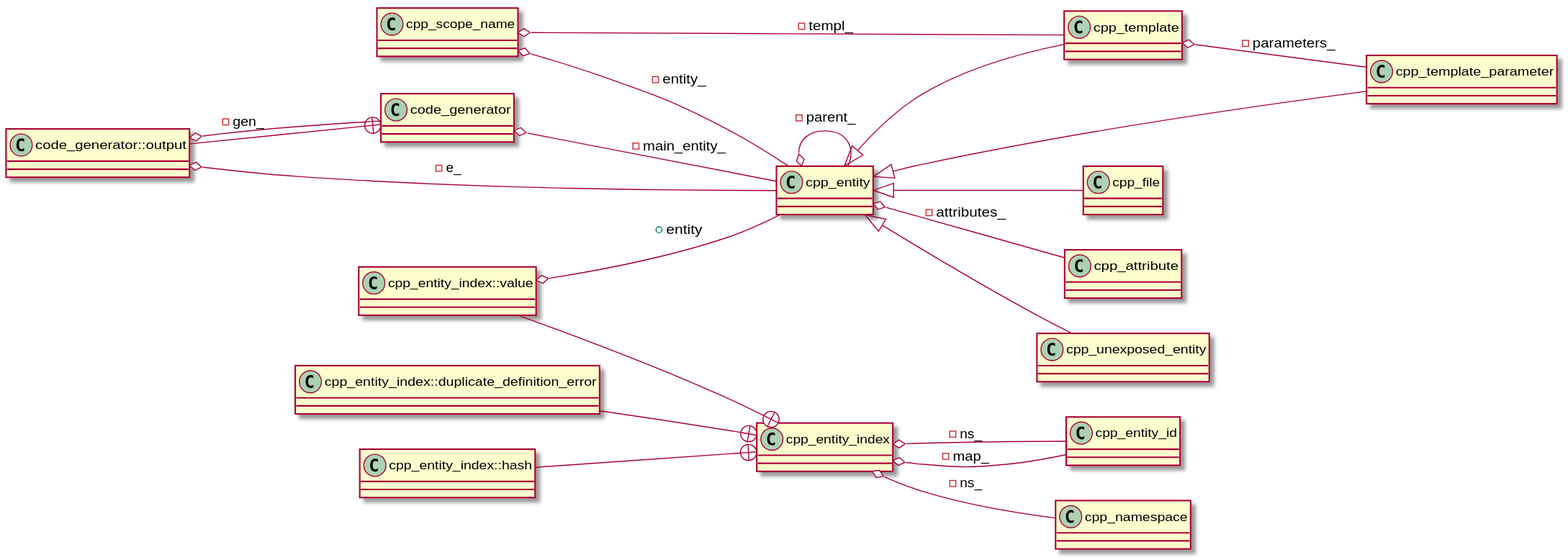
Earlier version of the PlantUML export cppast/puml/cpp_entity_index_class_diagram.svg (bkryza/clang-uml-examples).
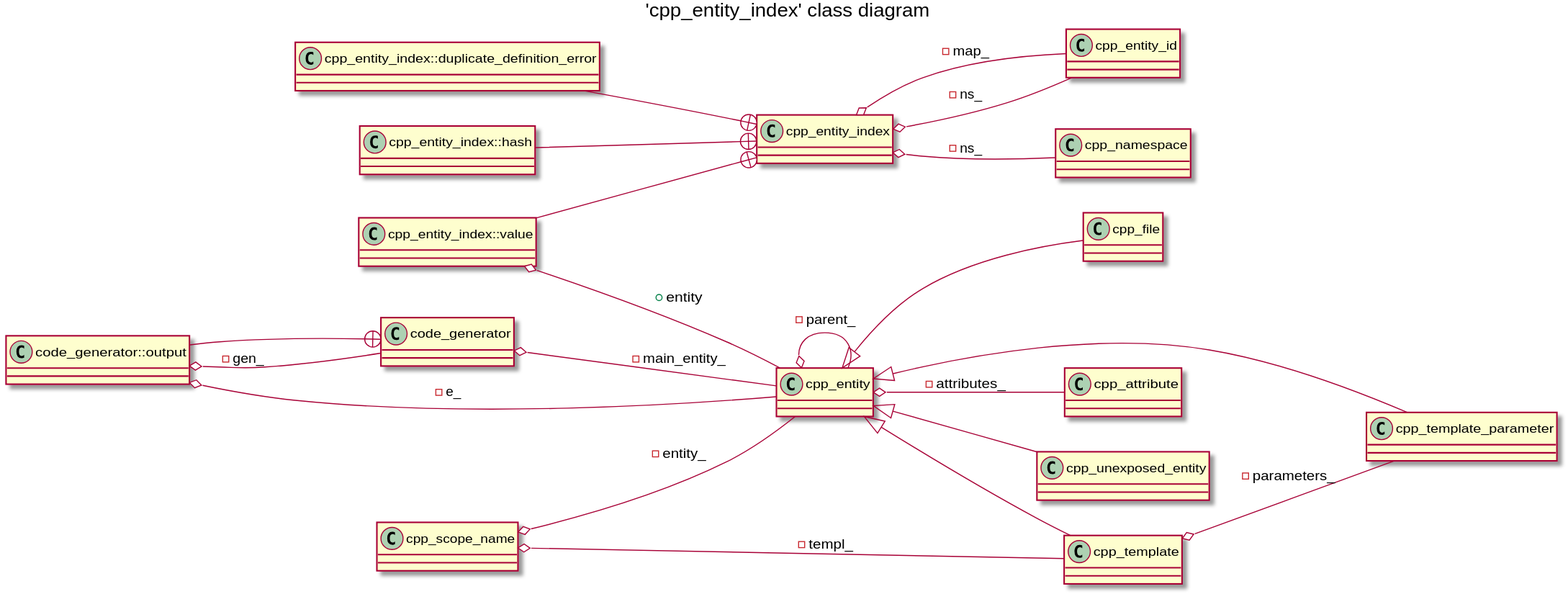
Later version of the same file.

What changed in the source:
```diff
@@ -1,21 +1,6 @@
 @startuml
+title 'cpp_entity_index' class diagram
 left to right direction
-class "cpp_attribute" as C_0000560657228528420559
-class C_0000560657228528420559 [[https://github.com/foonathan/cppast/blob/f00df6675d87c6983033d270728c57a55cd3db22/include/cppast/cpp_attribute.hpp#L42{cpp_attribute}]] {
-__
-}
-class "cpp_scope_name" as C_0001691123644971107631
-class C_0001691123644971107631 [[https://github.com/foonathan/cppast/blob/f00df6675d87c6983033d270728c57a55cd3db22/include/cppast/cpp_entity.hpp#L22{cpp_scope_name}]] {
-__
-}
-class "cpp_entity" as C_0001854695372332280903
-class C_0001854695372332280903 [[https://github.com/foonathan/cppast/blob/f00df6675d87c6983033d270728c57a55cd3db22/include/cppast/cpp_entity.hpp#L47{cpp_entity}]] {
-__
-}
-class "cpp_unexposed_entity" as C_0001449857709503654826
-class C_0001449857709503654826 [[https://github.com/foonathan/cppast/blob/f00df6675d87c6983033d270728c57a55cd3db22/include/cppast/cpp_entity.hpp#L187{cpp_unexposed_entity}]] {
-__
-}
 class "cpp_entity_id" as C_0001152344551163828554
 class C_0001152344551163828554 [[https://github.com/foonathan/cppast/blob/f00df6675d87c6983033d270728c57a55cd3db22/include/cppast/cpp_entity_index.hpp#L38{cpp_entity_id}]] {
 __
@@ -36,35 +21,46 @@
 class C_0001918458639534713763 [[https://github.com/foonathan/cppast/blob/f00df6675d87c6983033d270728c57a55cd3db22/include/cppast/cpp_entity_index.hpp#L124{cpp_entity_index##value}]] {
 __
 }
+class "cpp_attribute" as C_0000560657228528420559
+class C_0000560657228528420559 [[https://github.com/foonathan/cppast/blob/f00df6675d87c6983033d270728c57a55cd3db22/include/cppast/cpp_attribute.hpp#L42{cpp_attribute}]] {
+__
+}
+class "cpp_scope_name" as C_0001691123644971107631
+class C_0001691123644971107631 [[https://github.com/foonathan/cppast/blob/f00df6675d87c6983033d270728c57a55cd3db22/include/cppast/cpp_entity.hpp#L22{cpp_scope_name}]] {
+__
+}
+class "cpp_entity" as C_0001854695372332280903
+class C_0001854695372332280903 [[https://github.com/foonathan/cppast/blob/f00df6675d87c6983033d270728c57a55cd3db22/include/cppast/cpp_entity.hpp#L47{cpp_entity}]] {
+__
+}
+class "cpp_unexposed_entity" as C_0001449857709503654826
+class C_0001449857709503654826 [[https://github.com/foonathan/cppast/blob/f00df6675d87c6983033d270728c57a55cd3db22/include/cppast/cpp_entity.hpp#L187{cpp_unexposed_entity}]] {
+__
+}
+class "cpp_file" as C_0001248593507051490272
+class C_0001248593507051490272 [[https://github.com/foonathan/cppast/blob/f00df6675d87c6983033d270728c57a55cd3db22/include/cppast/cpp_file.hpp#L27{cpp_file}]] {
+__
+}
+class "cpp_template" as C_0000007122300671081288
+class C_0000007122300671081288 [[https://github.com/foonathan/cppast/blob/f00df6675d87c6983033d270728c57a55cd3db22/include/cppast/cppast_fwd.hpp#L61{cpp_template}]] {
+__
+}
 class "code_generator" as C_0000664741342971710245
-class C_0000664741342971710245 [[https://github.com/foonathan/cppast/blob/f00df6675d87c6983033d270728c57a55cd3db22/include/cppast/code_generator.hpp#L142{code_generator}]] {
+class C_0000664741342971710245 [[https://github.com/foonathan/cppast/blob/f00df6675d87c6983033d270728c57a55cd3db22/include/cppast/cppast_fwd.hpp#L10{code_generator}]] {
+__
+}
+class "cpp_template_parameter" as C_0001158442798649543268
+class C_0001158442798649543268 [[https://github.com/foonathan/cppast/blob/f00df6675d87c6983033d270728c57a55cd3db22/include/cppast/cppast_fwd.hpp#L64{cpp_template_parameter}]] {
+__
+}
+class "cpp_namespace" as C_0001318630691633731356
+class C_0001318630691633731356 [[https://github.com/foonathan/cppast/blob/f00df6675d87c6983033d270728c57a55cd3db22/include/cppast/cppast_fwd.hpp#L55{cpp_namespace}]] {
 __
 }
 class "code_generator::output" as C_0000192432743316866604
 class C_0000192432743316866604 [[https://github.com/foonathan/cppast/blob/f00df6675d87c6983033d270728c57a55cd3db22/include/cppast/code_generator.hpp#L168{code_generator##output}]] {
 __
 }
-class "cpp_template_parameter" as C_0001158442798649543268
-class C_0001158442798649543268 [[https://github.com/foonathan/cppast/blob/f00df6675d87c6983033d270728c57a55cd3db22/include/cppast/cpp_template_parameter.hpp#L17{cpp_template_parameter}]] {
-__
-}
-class "cpp_template" as C_0000007122300671081288
-class C_0000007122300671081288 [[https://github.com/foonathan/cppast/blob/f00df6675d87c6983033d270728c57a55cd3db22/include/cppast/cpp_template.hpp#L21{cpp_template}]] {
-__
-}
-class "cpp_file" as C_0001248593507051490272
-class C_0001248593507051490272 [[https://github.com/foonathan/cppast/blob/f00df6675d87c6983033d270728c57a55cd3db22/include/cppast/cppast_fwd.hpp#L36{cpp_file}]] {
-__
-}
-class "cpp_namespace" as C_0001318630691633731356
-class C_0001318630691633731356 [[https://github.com/foonathan/cppast/blob/f00df6675d87c6983033d270728c57a55cd3db22/include/cppast/cppast_fwd.hpp#L55{cpp_namespace}]] {
-__
-}
-C_0001691123644971107631 o-- C_0001854695372332280903 : -entity_
-C_0001691123644971107631 o-- C_0000007122300671081288 : -templ_
-C_0001854695372332280903 o-- C_0000560657228528420559 : -attributes_
-C_0001854695372332280903 o-- C_0001854695372332280903 : -parent_
-C_0001854695372332280903 <|-- C_0001449857709503654826
 C_0001989731226165037041 o-- C_0001152344551163828554 : -map_
 C_0001989731226165037041 o-- C_0001152344551163828554 : -ns_
 C_0001989731226165037041 o-- C_0001318630691633731356 : -ns_
@@ -72,13 +68,18 @@
 C_0000634431773903245144 --+ C_0001989731226165037041
 C_0001918458639534713763 --+ C_0001989731226165037041
 C_0001918458639534713763 o-- C_0001854695372332280903 : +entity
+C_0001691123644971107631 o-- C_0001854695372332280903 : -entity_
+C_0001691123644971107631 o-- C_0000007122300671081288 : -templ_
+C_0001854695372332280903 o-- C_0000560657228528420559 : -attributes_
+C_0001854695372332280903 o-- C_0001854695372332280903 : -parent_
+C_0001854695372332280903 <|-- C_0001449857709503654826
+C_0001854695372332280903 <|-- C_0001248593507051490272
+C_0000007122300671081288 o-- C_0001158442798649543268 : -parameters_
+C_0001854695372332280903 <|-- C_0000007122300671081288
 C_0000664741342971710245 o-- C_0001854695372332280903 : -main_entity_
+C_0001854695372332280903 <|-- C_0001158442798649543268
 C_0000192432743316866604 --+ C_0000664741342971710245
 C_0000192432743316866604 o-- C_0000664741342971710245 : -gen_
 C_0000192432743316866604 o-- C_0001854695372332280903 : -e_
-C_0001854695372332280903 <|-- C_0001158442798649543268
-C_0000007122300671081288 o-- C_0001158442798649543268 : -parameters_
-C_0001854695372332280903 <|-- C_0000007122300671081288
-C_0001854695372332280903 <|-- C_0001248593507051490272
 
 @enduml
```
